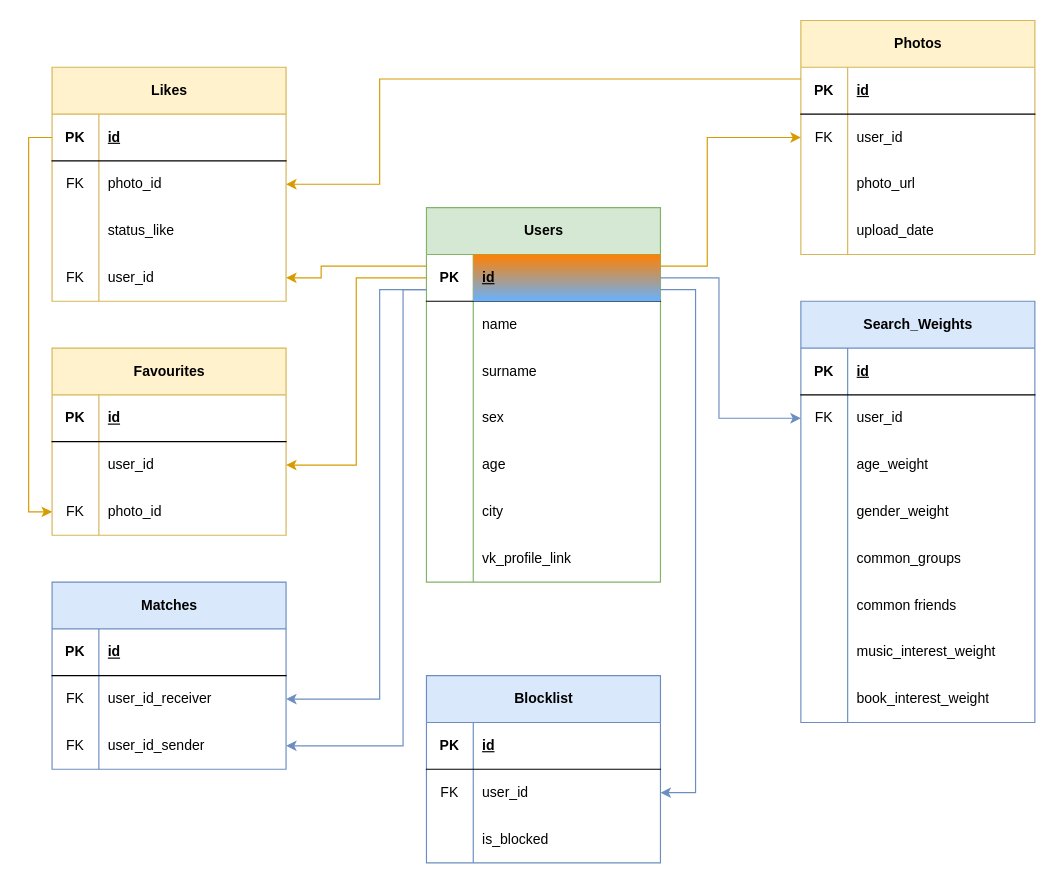
The draw.io diagram DB/scheme_for_site.drawio in backsty/acquaintances_vkbot, before the edit. Source tidied: cells renumbered, new cells numbered last; positions are measured from the earlier drawing's top-left corner, leaving out a move shared by most shapes. Both pictures are drawn from the tidied source at 117%, with x=0, y=0 at pixel (51, 20).
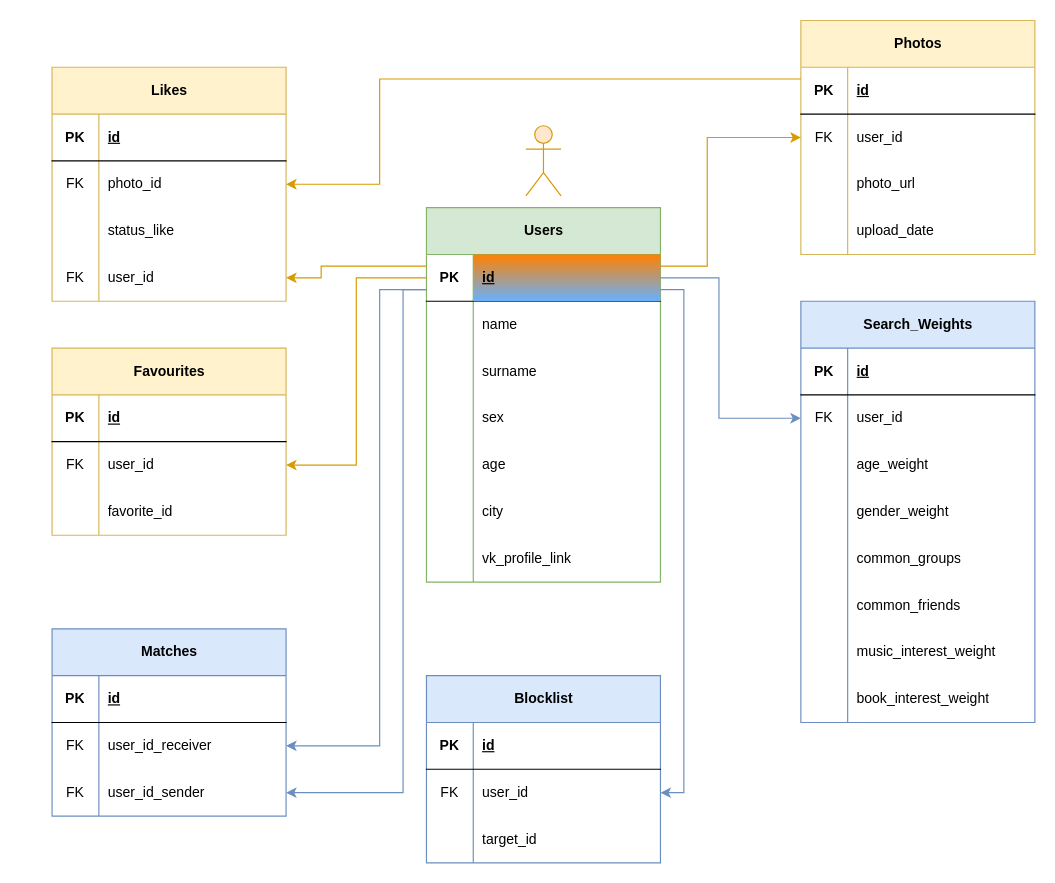
The same diagram, later.

Unchanged cells that the change refers to:
```xml
<mxCell id="3" style="shape=tableRow;horizontal=0;startSize=0;swimlaneHead=0;swimlaneBody=0;fillColor=none;points=[[0,0.5],[1,0.5]];portConstraint=eastwest;top=0;left=0;right=0;bottom=1;" parent="2" vertex="1">
  <mxGeometry y="40" width="200" height="40" as="geometry" />
</mxCell>
<mxCell id="28" style="shape=tableRow;horizontal=0;startSize=0;swimlaneHead=0;swimlaneBody=0;fillColor=none;points=[[0,0.5],[1,0.5]];portConstraint=eastwest;top=0;left=0;right=0;bottom=0;" parent="24" vertex="1">
  <mxGeometry y="80" width="200" height="40" as="geometry" />
</mxCell>
<mxCell id="31" style="shape=tableRow;horizontal=0;startSize=0;swimlaneHead=0;swimlaneBody=0;fillColor=none;points=[[0,0.5],[1,0.5]];portConstraint=eastwest;top=0;left=0;right=0;bottom=0;" parent="24" vertex="1">
  <mxGeometry y="120" width="200" height="40" as="geometry" />
</mxCell>
<mxCell id="35" style="shape=tableRow;horizontal=0;startSize=0;swimlaneHead=0;swimlaneBody=0;fillColor=none;points=[[0,0.5],[1,0.5]];portConstraint=eastwest;top=0;left=0;right=0;bottom=1;" parent="34" vertex="1">
  <mxGeometry y="40" width="200" height="40" as="geometry" />
</mxCell>
<mxCell id="76" style="shape=tableRow;horizontal=0;startSize=0;swimlaneHead=0;swimlaneBody=0;fillColor=none;top=0;left=0;right=0;bottom=0;" parent="60" vertex="1">
  <mxGeometry y="240" width="200" height="40" as="geometry" />
</mxCell>
<mxCell id="89" style="shape=tableRow;horizontal=0;startSize=0;swimlaneHead=0;swimlaneBody=0;fillColor=none;points=[[0,0.5],[1,0.5]];portConstraint=eastwest;top=0;left=0;right=0;bottom=0;" parent="85" vertex="1">
  <mxGeometry y="80" width="200" height="40" as="geometry" />
</mxCell>
<mxCell id="92" style="shape=tableRow;horizontal=0;startSize=0;swimlaneHead=0;swimlaneBody=0;fillColor=none;points=[[0,0.5],[1,0.5]];portConstraint=eastwest;top=0;left=0;right=0;bottom=0;" parent="85" vertex="1">
  <mxGeometry y="120" width="200" height="40" as="geometry" />
</mxCell>
<mxCell id="107" style="shape=tableRow;horizontal=0;startSize=0;swimlaneHead=0;swimlaneBody=0;fillColor=none;points=[[0,0.5],[1,0.5]];portConstraint=eastwest;top=0;left=0;right=0;bottom=0;" parent="103" vertex="1">
  <mxGeometry y="80" width="200" height="40" as="geometry" />
</mxCell>
<mxCell id="110" style="shape=tableRow;horizontal=0;startSize=0;swimlaneHead=0;swimlaneBody=0;fillColor=none;top=0;left=0;right=0;bottom=0;" parent="103" vertex="1">
  <mxGeometry y="120" width="200" height="40" as="geometry" />
</mxCell>
```

What changed in the source:
```diff
@@
-    <mxCell id="29" style="shape=partialRectangle;fillColor=none;top=0;left=0;bottom=0;right=0;overflow=hidden;whiteSpace=wrap;html=1;" parent="28" vertex="1">
+    <mxCell id="29" value="FK" style="shape=partialRectangle;fillColor=none;top=0;left=0;bottom=0;right=0;overflow=hidden;whiteSpace=wrap;html=1;" parent="28" vertex="1">
       <mxGeometry width="40" height="40" as="geometry" />
     </mxCell>
@@
-    <mxCell id="32" value="FK" style="shape=partialRectangle;fillColor=none;top=0;left=0;bottom=0;right=0;overflow=hidden;whiteSpace=wrap;html=1;" parent="31" vertex="1">
-      <mxGeometry width="40" height="40" as="geometry" />
-    </mxCell>
-    <mxCell id="33" value="photo_id" style="shape=partialRectangle;fillColor=none;top=0;left=0;bottom=0;right=0;align=left;spacingLeft=6;overflow=hidden;whiteSpace=wrap;html=1;" parent="31" vertex="1">
-      <mxGeometry x="40" width="160" height="40" as="geometry" />
-    </mxCell>
+    <mxCell id="114" style="shape=partialRectangle;fillColor=none;top=0;left=0;bottom=0;right=0;overflow=hidden;whiteSpace=wrap;html=1;" parent="31" vertex="1">
+      <mxGeometry width="40" height="40" as="geometry" />
+    </mxCell>
+    <mxCell id="115" value="favorite_id" style="shape=partialRectangle;fillColor=none;top=0;left=0;bottom=0;right=0;align=left;spacingLeft=6;overflow=hidden;whiteSpace=wrap;html=1;" parent="31" vertex="1">
+      <mxGeometry x="40" width="160" height="40" as="geometry" />
+    </mxCell>
@@
-    <mxCell id="78" value="common friends" style="shape=partialRectangle;fillColor=none;top=0;left=0;bottom=0;right=0;align=left;spacingLeft=6;overflow=hidden;whiteSpace=wrap;html=1;" parent="76" vertex="1">
+    <mxCell id="78" value="common_friends" style="shape=partialRectangle;fillColor=none;top=0;left=0;bottom=0;right=0;align=left;spacingLeft=6;overflow=hidden;whiteSpace=wrap;html=1;" parent="76" vertex="1">
       <mxGeometry x="40" width="160" height="40" as="geometry" />
     </mxCell>
@@
     <mxCell id="85" value="Matches" style="shape=table;startSize=40;childLayout=tableLayout;rowLines=0;fontStyle=1;align=center;html=1;fillColor=#dae8fc;strokeColor=#6c8ebf;" parent="1" vertex="1">
-      <mxGeometry y="480" width="200" height="160" as="geometry" />
+      <mxGeometry y="520" width="200" height="160" as="geometry" />
     </mxCell>
@@
     <mxCell id="96" style="edgeStyle=orthogonalEdgeStyle;rounded=0;jettySize=auto;html=1;entryX=1;entryY=0.5;entryDx=0;entryDy=0;fillColor=#dae8fc;strokeColor=#6c8ebf;" parent="1" edge="1" source="3" target="89">
       <mxGeometry relative="1" as="geometry">
         <Array as="points">
           <mxPoint x="280" y="230" />
-          <mxPoint x="280" y="580" />
+          <mxPoint x="280" y="620" />
         </Array>
       </mxGeometry>
     </mxCell>
     <mxCell id="97" style="edgeStyle=orthogonalEdgeStyle;rounded=0;jettySize=auto;html=1;entryX=1;entryY=0.5;entryDx=0;entryDy=0;fillColor=#dae8fc;strokeColor=#6c8ebf;" parent="1" edge="1" source="3" target="92">
       <mxGeometry relative="1" as="geometry">
         <Array as="points">
           <mxPoint x="300" y="230" />
-          <mxPoint x="300" y="620" />
+          <mxPoint x="300" y="660" />
         </Array>
       </mxGeometry>
     </mxCell>
@@
-    <mxCell id="102" style="edgeStyle=orthogonalEdgeStyle;rounded=0;jettySize=auto;html=1;entryX=0;entryY=0.5;entryDx=0;entryDy=0;fillColor=#ffe6cc;strokeColor=#d79b00;" parent="1" edge="1" source="35" target="31">
-      <mxGeometry relative="1" as="geometry" />
-    </mxCell>
@@
-    <mxCell id="112" value="is_blocked" style="shape=partialRectangle;fillColor=none;top=0;left=0;bottom=0;right=0;align=left;spacingLeft=6;overflow=hidden;whiteSpace=wrap;html=1;" parent="110" vertex="1">
+    <mxCell id="112" value="target_id" style="shape=partialRectangle;fillColor=none;top=0;left=0;bottom=0;right=0;align=left;spacingLeft=6;overflow=hidden;whiteSpace=wrap;html=1;" parent="110" vertex="1">
       <mxGeometry x="40" width="160" height="40" as="geometry" />
     </mxCell>
     <mxCell id="113" style="edgeStyle=orthogonalEdgeStyle;rounded=0;jettySize=auto;html=1;entryX=1;entryY=0.5;entryDx=0;entryDy=0;fillColor=#dae8fc;strokeColor=#6c8ebf;" parent="1" edge="1" source="3" target="107">
       <mxGeometry relative="1" as="geometry">
         <Array as="points">
-          <mxPoint x="550" y="230" />
-          <mxPoint x="550" y="660" />
+          <mxPoint x="540" y="230" />
+          <mxPoint x="540" y="660" />
         </Array>
       </mxGeometry>
     </mxCell>
+    <mxCell id="116" style="shape=umlActor;verticalLabelPosition=bottom;verticalAlign=top;html=1;fillColor=#ffe6cc;strokeColor=#d79b00;" parent="1" vertex="1">
+      <mxGeometry x="405" y="90" width="30" height="60" as="geometry" />
+    </mxCell>
```
